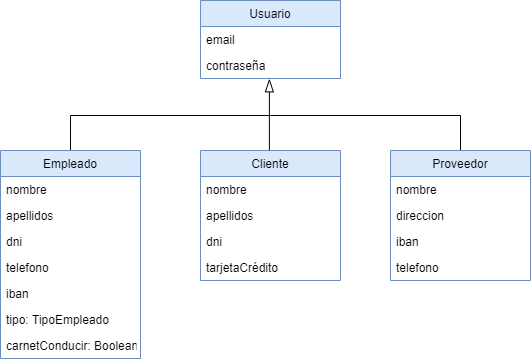
This is diagramas/diagramas del modelado conceptual/diagramaDeUser.png from felipescalera/Proyecto-IR, a draw.io export, as it was before one commit. Source tidied: cells renumbered, new cells last; positions are measured from the earlier drawing's top-left corner, leaving out a move shared by most shapes.
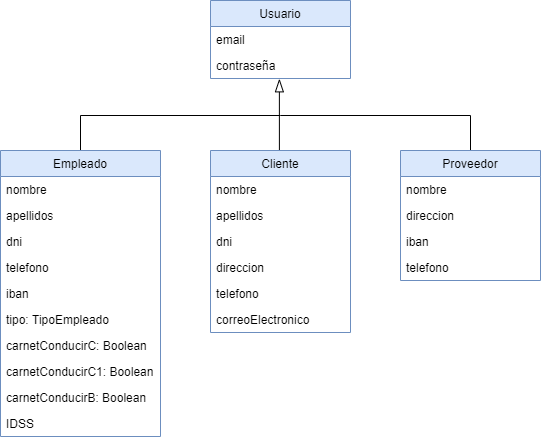
The same diagram one commit later.

Commit message:
Arreglo de fallo en UML (no incluía IDSS)

The edit, as a diff of the source:
```diff
@@ -10,7 +10,7 @@
       </mxGeometry>
     </mxCell>
     <mxCell id="3" value="Cliente" style="swimlane;fontStyle=0;horizontal=1;startSize=26;fillColor=#dae8fc;strokeColor=#6c8ebf;" parent="1" vertex="1">
-      <mxGeometry x="200" y="150" width="140" height="130" as="geometry" />
+      <mxGeometry x="200" y="150" width="140" height="182" as="geometry" />
     </mxCell>
     <mxCell id="4" value="nombre" style="text;strokeColor=none;fillColor=none;align=left;verticalAlign=top;spacingLeft=4;spacingRight=4;overflow=hidden;" parent="3" vertex="1">
       <mxGeometry y="26" width="140" height="26" as="geometry" />
@@ -21,41 +21,24 @@
     <mxCell id="6" value="dni" style="text;strokeColor=none;fillColor=none;align=left;verticalAlign=top;spacingLeft=4;spacingRight=4;overflow=hidden;" parent="3" vertex="1">
       <mxGeometry y="78" width="140" height="26" as="geometry" />
     </mxCell>
+    <mxCell id="26" value="direccion" style="text;strokeColor=none;fillColor=none;align=left;verticalAlign=top;spacingLeft=4;spacingRight=4;overflow=hidden;" parent="3" vertex="1">
+      <mxGeometry y="104" width="140" height="26" as="geometry" />
+    </mxCell>
+    <mxCell id="27" value="telefono" style="text;strokeColor=none;fillColor=none;align=left;verticalAlign=top;spacingLeft=4;spacingRight=4;overflow=hidden;" parent="3" vertex="1">
+      <mxGeometry y="130" width="140" height="26" as="geometry" />
+    </mxCell>
-    <mxCell id="7" value="tarjetaCrédito" style="text;strokeColor=none;fillColor=none;align=left;verticalAlign=top;spacingLeft=4;spacingRight=4;overflow=hidden;" parent="3" vertex="1">
-      <mxGeometry y="104" width="140" height="26" as="geometry" />
+    <mxCell id="7" value="correoElectronico" style="text;strokeColor=none;fillColor=none;align=left;verticalAlign=top;spacingLeft=4;spacingRight=4;overflow=hidden;" parent="3" vertex="1">
+      <mxGeometry y="156" width="140" height="26" as="geometry" />
     </mxCell>
-    <mxCell id="8" style="edgeStyle=orthogonalEdgeStyle;rounded=0;jettySize=auto;html=1;exitX=0.5;exitY=0;exitDx=0;exitDy=0;endArrow=none;endFill=0;" parent="1" edge="1" source="9">
+    <mxCell id="8" style="edgeStyle=orthogonalEdgeStyle;rounded=0;orthogonalLoop=1;jettySize=auto;html=1;exitX=0.5;exitY=0;exitDx=0;exitDy=0;endArrow=none;endFill=0;" parent="1" edge="1">
       <mxGeometry relative="1" as="geometry">
+        <mxPoint x="70" y="150" as="sourcePoint" />
         <mxPoint x="270" y="115" as="targetPoint" />
         <Array as="points">
           <mxPoint x="70" y="115" />
         </Array>
       </mxGeometry>
     </mxCell>
-    <mxCell id="9" value="Empleado" style="swimlane;fontStyle=0;horizontal=1;startSize=26;fillColor=#dae8fc;strokeColor=#6c8ebf;" parent="1" vertex="1">
-      <mxGeometry y="150" width="140" height="208" as="geometry" />
-    </mxCell>
-    <mxCell id="10" value="nombre" style="text;strokeColor=none;fillColor=none;align=left;verticalAlign=top;spacingLeft=4;spacingRight=4;overflow=hidden;" parent="9" vertex="1">
-      <mxGeometry y="26" width="140" height="26" as="geometry" />
-    </mxCell>
-    <mxCell id="11" value="apellidos" style="text;strokeColor=none;fillColor=none;align=left;verticalAlign=top;spacingLeft=4;spacingRight=4;overflow=hidden;" parent="9" vertex="1">
-      <mxGeometry y="52" width="140" height="26" as="geometry" />
-    </mxCell>
-    <mxCell id="12" value="dni" style="text;strokeColor=none;fillColor=none;align=left;verticalAlign=top;spacingLeft=4;spacingRight=4;overflow=hidden;" parent="9" vertex="1">
-      <mxGeometry y="78" width="140" height="26" as="geometry" />
-    </mxCell>
-    <mxCell id="13" value="telefono" style="text;strokeColor=none;fillColor=none;align=left;verticalAlign=top;spacingLeft=4;spacingRight=4;overflow=hidden;" parent="9" vertex="1">
-      <mxGeometry y="104" width="140" height="26" as="geometry" />
-    </mxCell>
-    <mxCell id="14" value="iban" style="text;strokeColor=none;fillColor=none;align=left;verticalAlign=top;spacingLeft=4;spacingRight=4;overflow=hidden;" parent="9" vertex="1">
-      <mxGeometry y="130" width="140" height="26" as="geometry" />
-    </mxCell>
-    <mxCell id="15" value="tipo: TipoEmpleado" style="text;strokeColor=none;fillColor=none;align=left;verticalAlign=top;spacingLeft=4;spacingRight=4;overflow=hidden;" parent="9" vertex="1">
-      <mxGeometry y="156" width="140" height="26" as="geometry" />
-    </mxCell>
-    <mxCell id="16" value="carnetConducir: Boolean" style="text;strokeColor=none;fillColor=none;align=left;verticalAlign=top;spacingLeft=4;spacingRight=4;overflow=hidden;" parent="9" vertex="1">
-      <mxGeometry y="182" width="140" height="26" as="geometry" />
-    </mxCell>
     <mxCell id="17" style="edgeStyle=orthogonalEdgeStyle;rounded=0;jettySize=auto;html=1;exitX=0.5;exitY=0;exitDx=0;exitDy=0;endArrow=none;endFill=0;" parent="1" edge="1" source="18">
       <mxGeometry relative="1" as="geometry">
         <mxPoint x="270" y="115" as="targetPoint" />
@@ -88,5 +71,38 @@
     <mxCell id="25" value="contraseña" style="text;strokeColor=none;fillColor=none;align=left;verticalAlign=top;spacingLeft=4;spacingRight=4;overflow=hidden;points=[[0,0.5],[1,0.5]];portConstraint=eastwest;" parent="23" vertex="1">
       <mxGeometry y="52" width="140" height="26" as="geometry" />
     </mxCell>
+    <mxCell id="9" value="Empleado" style="swimlane;fontStyle=0;horizontal=1;startSize=26;fillColor=#dae8fc;strokeColor=#6c8ebf;" parent="1" vertex="1">
+      <mxGeometry x="-10" y="150" width="160" height="286" as="geometry" />
+    </mxCell>
+    <mxCell id="10" value="nombre" style="text;strokeColor=none;fillColor=none;align=left;verticalAlign=top;spacingLeft=4;spacingRight=4;overflow=hidden;" parent="9" vertex="1">
+      <mxGeometry y="26" width="160" height="26" as="geometry" />
+    </mxCell>
+    <mxCell id="11" value="apellidos" style="text;strokeColor=none;fillColor=none;align=left;verticalAlign=top;spacingLeft=4;spacingRight=4;overflow=hidden;" parent="9" vertex="1">
+      <mxGeometry y="52" width="160" height="26" as="geometry" />
+    </mxCell>
+    <mxCell id="12" value="dni" style="text;strokeColor=none;fillColor=none;align=left;verticalAlign=top;spacingLeft=4;spacingRight=4;overflow=hidden;" parent="9" vertex="1">
+      <mxGeometry y="78" width="160" height="26" as="geometry" />
+    </mxCell>
+    <mxCell id="28" value="telefono" style="text;strokeColor=none;fillColor=none;align=left;verticalAlign=top;spacingLeft=4;spacingRight=4;overflow=hidden;" parent="9" vertex="1">
+      <mxGeometry y="104" width="160" height="26" as="geometry" />
+    </mxCell>
+    <mxCell id="14" value="iban" style="text;strokeColor=none;fillColor=none;align=left;verticalAlign=top;spacingLeft=4;spacingRight=4;overflow=hidden;" parent="9" vertex="1">
+      <mxGeometry y="130" width="160" height="26" as="geometry" />
+    </mxCell>
+    <mxCell id="15" value="tipo: TipoEmpleado" style="text;strokeColor=none;fillColor=none;align=left;verticalAlign=top;spacingLeft=4;spacingRight=4;overflow=hidden;" parent="9" vertex="1">
+      <mxGeometry y="156" width="160" height="26" as="geometry" />
+    </mxCell>
+    <mxCell id="29" value="carnetConducirC: Boolean" style="text;strokeColor=none;fillColor=none;align=left;verticalAlign=top;spacingLeft=4;spacingRight=4;overflow=hidden;" parent="9" vertex="1">
+      <mxGeometry y="182" width="160" height="26" as="geometry" />
+    </mxCell>
+    <mxCell id="30" value="carnetConducirC1: Boolean" style="text;strokeColor=none;fillColor=none;align=left;verticalAlign=top;spacingLeft=4;spacingRight=4;overflow=hidden;" parent="9" vertex="1">
+      <mxGeometry y="208" width="160" height="26" as="geometry" />
+    </mxCell>
+    <mxCell id="31" value="carnetConducirB: Boolean" style="text;strokeColor=none;fillColor=none;align=left;verticalAlign=top;spacingLeft=4;spacingRight=4;overflow=hidden;" parent="9" vertex="1">
+      <mxGeometry y="234" width="160" height="26" as="geometry" />
+    </mxCell>
+    <mxCell id="32" value="IDSS" style="text;strokeColor=none;fillColor=none;align=left;verticalAlign=top;spacingLeft=4;spacingRight=4;overflow=hidden;" parent="9" vertex="1">
+      <mxGeometry y="260" width="160" height="26" as="geometry" />
+    </mxCell>
   </root>
 </mxGraphModel>
```
